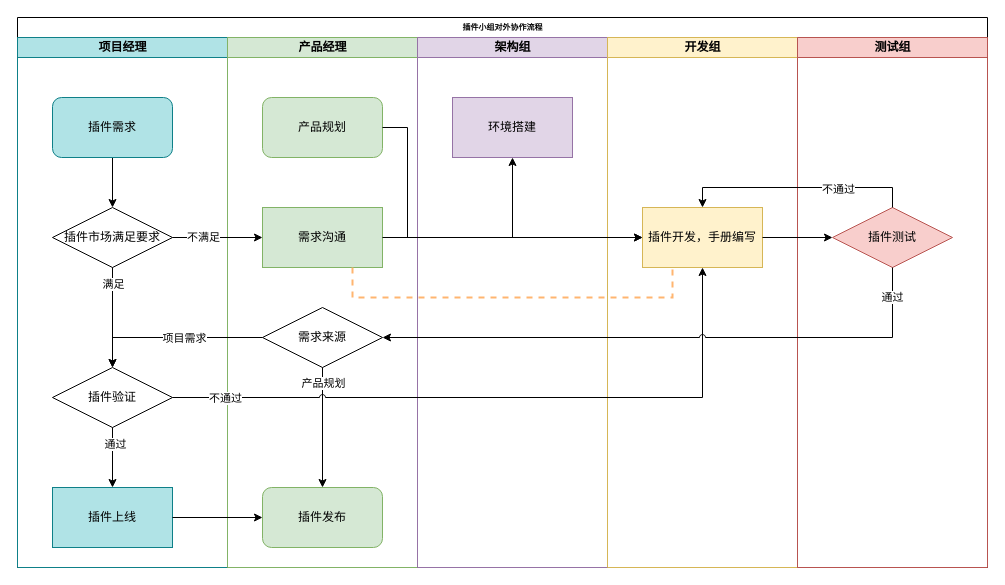
chliang916/ceshi keeps this draw.io diagram as 简化版.drawio. Above is the earlier version. Source tidied: cells renumbered, new cells numbered last; positions are measured from the earlier drawing's top-left corner, leaving out a move shared by most shapes. Both pictures are drawn from the tidied source at 100%, with x=0, y=0 at pixel (17, 17).
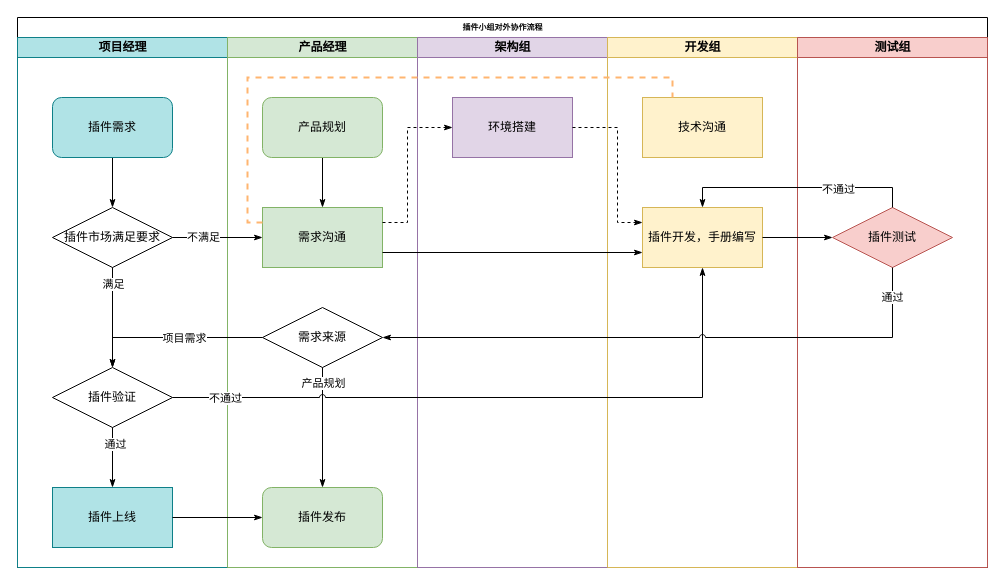
After the change.

Unchanged cells that the change refers to:
```xml
<mxCell id="2" value="插件小组对外协作流程" style="swimlane;html=1;startSize=20;rounded=0;shadow=0;labelBackgroundColor=none;strokeWidth=1;fontFamily=Verdana;fontSize=8;align=center;direction=east;swimlaneFillColor=none;fillColor=default;strokeColor=default;fontColor=default;" parent="1" vertex="1">
  <mxGeometry width="970" height="550" as="geometry" />
</mxCell>
<mxCell id="3" value="项目经理" style="swimlane;html=1;startSize=20;fillColor=#B0E3E6;strokeColor=#0e8088;" parent="2" vertex="1">
  <mxGeometry y="20" width="210" height="530" as="geometry" />
</mxCell>
<mxCell id="5" value="插件需求" style="rounded=1;whiteSpace=wrap;html=1;fillColor=#b0e3e6;strokeColor=#0e8088;" parent="3" vertex="1">
  <mxGeometry x="35" y="60" width="120" height="60" as="geometry" />
</mxCell>
<mxCell id="6" value="插件上线" style="rounded=0;whiteSpace=wrap;html=1;fillColor=#b0e3e6;strokeColor=#0e8088;" parent="3" vertex="1">
  <mxGeometry x="35" y="450" width="120" height="60" as="geometry" />
</mxCell>
<mxCell id="9" value="插件市场满足要求" style="rhombus;whiteSpace=wrap;html=1;fillColor=none;strokeColor=default;" parent="3" vertex="1">
  <mxGeometry x="35" y="170" width="120" height="60" as="geometry" />
</mxCell>
<mxCell id="12" value="插件验证" style="rhombus;whiteSpace=wrap;html=1;fillColor=none;strokeColor=default;" parent="3" vertex="1">
  <mxGeometry x="35" y="330" width="120" height="60" as="geometry" />
</mxCell>
<mxCell id="13" value="产品经理" style="swimlane;html=1;startSize=20;fillColor=#d5e8d4;strokeColor=#82b366;swimlaneFillColor=none;fontColor=default;" parent="2" vertex="1">
  <mxGeometry x="210" y="20" width="190" height="530" as="geometry" />
</mxCell>
<mxCell id="14" value="插件发布" style="rounded=1;whiteSpace=wrap;html=1;fillColor=#d5e8d4;strokeColor=#82b366;glass=0;sketch=0;shadow=0;" parent="13" vertex="1">
  <mxGeometry x="35" y="450" width="120" height="60" as="geometry" />
</mxCell>
<mxCell id="15" value="需求沟通" style="rounded=0;whiteSpace=wrap;html=1;fillColor=#d5e8d4;strokeColor=#82b366;gradientDirection=east;fontColor=default;" parent="13" vertex="1">
  <mxGeometry x="35" y="170" width="120" height="60" as="geometry" />
</mxCell>
<mxCell id="16" value="产品规划" style="rounded=1;whiteSpace=wrap;html=1;fillColor=#d5e8d4;strokeColor=#82b366;fontColor=default;" parent="13" vertex="1">
  <mxGeometry x="35" y="60" width="120" height="60" as="geometry" />
</mxCell>
<mxCell id="19" value="需求来源" style="rhombus;whiteSpace=wrap;html=1;fillColor=none;strokeColor=default;fontColor=default;" parent="13" vertex="1">
  <mxGeometry x="35" y="270" width="120" height="60" as="geometry" />
</mxCell>
<mxCell id="21" value="环境搭建" style="rounded=0;whiteSpace=wrap;html=1;fillColor=#e1d5e7;strokeColor=#9673a6;fontColor=default;" parent="20" vertex="1">
  <mxGeometry x="35" y="60" width="120" height="60" as="geometry" />
</mxCell>
<mxCell id="23" value="插件开发，手册编写" style="rounded=0;whiteSpace=wrap;html=1;fillColor=#fff2cc;strokeColor=#d6b656;" parent="22" vertex="1">
  <mxGeometry x="35" y="170" width="120" height="60" as="geometry" />
</mxCell>
<mxCell id="25" value="插件测试" style="rhombus;whiteSpace=wrap;html=1;fillColor=#f8cecc;strokeColor=#b85450;" parent="24" vertex="1">
  <mxGeometry x="35" y="170" width="120" height="60" as="geometry" />
</mxCell>
```

The edit, as a diff of the source:
```diff
@@
-    <mxCell id="4" style="edgeStyle=orthogonalEdgeStyle;rounded=0;jettySize=auto;html=1;entryX=0.5;entryY=0;entryDx=0;entryDy=0;sketch=0;shadow=0;" parent="3" edge="1" source="5" target="9">
+    <mxCell id="4" style="edgeStyle=orthogonalEdgeStyle;rounded=0;jettySize=auto;html=1;entryX=0.5;entryY=0;entryDx=0;entryDy=0;sketch=0;shadow=0;endArrow=classicThin;endFill=1;strokeColor=default;labelBackgroundColor=default;fontColor=default;" parent="3" edge="1" source="5" target="9">
       <mxGeometry relative="1" as="geometry" />
     </mxCell>
@@
-    <mxCell id="7" style="edgeStyle=orthogonalEdgeStyle;rounded=0;jettySize=auto;html=1;entryX=0.5;entryY=0;entryDx=0;entryDy=0;endArrow=classic;endFill=1;" parent="3" edge="1" source="9" target="12">
+    <mxCell id="7" style="edgeStyle=orthogonalEdgeStyle;rounded=0;jettySize=auto;html=1;entryX=0.5;entryY=0;entryDx=0;entryDy=0;endArrow=classicThin;endFill=1;strokeColor=default;labelBackgroundColor=default;fontColor=default;" parent="3" edge="1" source="9" target="12">
       <mxGeometry relative="1" as="geometry" />
     </mxCell>
@@
-    <mxCell id="10" style="edgeStyle=orthogonalEdgeStyle;rounded=0;jettySize=auto;html=1;entryX=0.5;entryY=0;entryDx=0;entryDy=0;endArrow=classic;endFill=1;" parent="3" edge="1" source="12" target="6">
+    <mxCell id="10" style="edgeStyle=orthogonalEdgeStyle;rounded=0;jettySize=auto;html=1;entryX=0.5;entryY=0;entryDx=0;entryDy=0;endArrow=classicThin;endFill=1;strokeColor=default;labelBackgroundColor=default;fontColor=default;" parent="3" edge="1" source="12" target="6">
       <mxGeometry relative="1" as="geometry" />
     </mxCell>
@@
+    <mxCell id="42" style="edgeStyle=orthogonalEdgeStyle;rounded=0;jumpStyle=arc;jettySize=auto;html=1;exitX=0.5;exitY=1;exitDx=0;exitDy=0;entryX=0.5;entryY=0;entryDx=0;entryDy=0;labelBackgroundColor=default;fontColor=default;endArrow=classicThin;endFill=1;strokeColor=#000000;strokeWidth=1;" parent="13" edge="1" source="16" target="15">
+      <mxGeometry relative="1" as="geometry" />
+    </mxCell>
@@
-    <mxCell id="17" style="edgeStyle=orthogonalEdgeStyle;rounded=0;jettySize=auto;html=1;exitX=0.5;exitY=1;exitDx=0;exitDy=0;labelBackgroundColor=default;fontColor=default;endArrow=classic;endFill=1;strokeColor=default;" parent="13" edge="1" source="19" target="14">
+    <mxCell id="17" style="edgeStyle=orthogonalEdgeStyle;rounded=0;jettySize=auto;html=1;exitX=0.5;exitY=1;exitDx=0;exitDy=0;labelBackgroundColor=default;fontColor=default;endArrow=classicThin;endFill=1;strokeColor=default;" parent="13" edge="1" source="19" target="14">
       <mxGeometry relative="1" as="geometry" />
     </mxCell>
@@
-    <mxCell id="22" value="开发组" style="swimlane;html=1;startSize=20;direction=east;fillColor=#fff2cc;strokeColor=#d6b656;" parent="2" vertex="1">
+    <mxCell id="22" value="开发组" style="swimlane;html=1;startSize=20;direction=east;fillColor=#fff2cc;strokeColor=#d6b656;fontColor=default;" parent="2" vertex="1">
       <mxGeometry x="590" y="20" width="190" height="530" as="geometry" />
     </mxCell>
@@
+    <mxCell id="43" value="技术沟通" style="rounded=0;whiteSpace=wrap;html=1;fillColor=#fff2cc;strokeColor=#d6b656;" parent="22" vertex="1">
+      <mxGeometry x="35" y="60" width="120" height="60" as="geometry" />
+    </mxCell>
@@
-    <mxCell id="26" style="edgeStyle=orthogonalEdgeStyle;rounded=0;jettySize=auto;html=1;entryX=0;entryY=0.5;entryDx=0;entryDy=0;" parent="2" edge="1" source="9" target="15">
+    <mxCell id="26" style="edgeStyle=orthogonalEdgeStyle;rounded=0;jettySize=auto;html=1;entryX=0;entryY=0.5;entryDx=0;entryDy=0;endArrow=classicThin;endFill=1;strokeColor=default;labelBackgroundColor=default;fontColor=default;" parent="2" edge="1" source="9" target="15">
       <mxGeometry relative="1" as="geometry" />
     </mxCell>
@@
-    <mxCell id="28" style="edgeStyle=orthogonalEdgeStyle;rounded=0;jettySize=auto;html=1;entryX=0;entryY=0.5;entryDx=0;entryDy=0;endArrow=classic;endFill=1;" parent="2" edge="1" source="6" target="14">
+    <mxCell id="28" style="edgeStyle=orthogonalEdgeStyle;rounded=0;jettySize=auto;html=1;entryX=0;entryY=0.5;entryDx=0;entryDy=0;endArrow=classicThin;endFill=1;strokeColor=default;labelBackgroundColor=default;fontColor=default;" parent="2" edge="1" source="6" target="14">
       <mxGeometry relative="1" as="geometry" />
     </mxCell>
-    <mxCell id="29" style="edgeStyle=orthogonalEdgeStyle;rounded=0;jumpStyle=arc;jettySize=auto;html=1;entryX=0.5;entryY=1;entryDx=0;entryDy=0;endArrow=classic;endFill=1;" parent="2" edge="1" source="12" target="23">
+    <mxCell id="29" style="edgeStyle=orthogonalEdgeStyle;rounded=0;jumpStyle=arc;jettySize=auto;html=1;entryX=0.5;entryY=1;entryDx=0;entryDy=0;endArrow=classicThin;endFill=1;strokeColor=default;labelBackgroundColor=default;fontColor=default;" parent="2" edge="1" source="12" target="23">
       <mxGeometry relative="1" as="geometry" />
     </mxCell>
@@
-    <mxCell id="31" style="edgeStyle=orthogonalEdgeStyle;rounded=0;jumpStyle=arc;jettySize=auto;html=1;exitX=0.5;exitY=0;exitDx=0;exitDy=0;entryX=0.5;entryY=0;entryDx=0;entryDy=0;endArrow=classic;endFill=1;" parent="2" edge="1" source="25" target="23">
+    <mxCell id="31" style="edgeStyle=orthogonalEdgeStyle;rounded=0;jumpStyle=arc;jettySize=auto;html=1;exitX=0.5;exitY=0;exitDx=0;exitDy=0;entryX=0.5;entryY=0;entryDx=0;entryDy=0;endArrow=classicThin;endFill=1;strokeColor=default;labelBackgroundColor=default;fontColor=default;" parent="2" edge="1" source="25" target="23">
       <mxGeometry relative="1" as="geometry" />
     </mxCell>
@@
-    <mxCell id="33" style="edgeStyle=orthogonalEdgeStyle;rounded=0;jumpStyle=arc;jettySize=auto;html=1;entryX=0;entryY=0.5;entryDx=0;entryDy=0;endArrow=classic;endFill=1;" parent="2" edge="1" source="23" target="25">
+    <mxCell id="33" style="edgeStyle=orthogonalEdgeStyle;rounded=0;jumpStyle=arc;jettySize=auto;html=1;entryX=0;entryY=0.5;entryDx=0;entryDy=0;endArrow=classicThin;endFill=1;strokeColor=default;labelBackgroundColor=default;fontColor=default;" parent="2" edge="1" source="23" target="25">
       <mxGeometry relative="1" as="geometry" />
     </mxCell>
-    <mxCell id="34" style="edgeStyle=orthogonalEdgeStyle;rounded=0;jettySize=auto;html=1;fontColor=default;entryX=0;entryY=0.5;entryDx=0;entryDy=0;strokeColor=default;labelBackgroundColor=default;" parent="2" edge="1" source="15" target="23">
-      <mxGeometry relative="1" as="geometry" />
-    </mxCell>
-    <mxCell id="35" style="edgeStyle=orthogonalEdgeStyle;rounded=0;jettySize=auto;html=1;exitX=0.5;exitY=1;exitDx=0;exitDy=0;entryX=1;entryY=0.5;entryDx=0;entryDy=0;labelBackgroundColor=default;fontColor=default;endArrow=classic;endFill=1;strokeColor=default;jumpStyle=arc;" parent="2" edge="1" source="25" target="19">
+    <mxCell id="35" style="edgeStyle=orthogonalEdgeStyle;rounded=0;jettySize=auto;html=1;exitX=0.5;exitY=1;exitDx=0;exitDy=0;entryX=1;entryY=0.5;entryDx=0;entryDy=0;labelBackgroundColor=default;fontColor=default;endArrow=classicThin;endFill=1;strokeColor=default;jumpStyle=arc;" parent="2" edge="1" source="25" target="19">
       <mxGeometry relative="1" as="geometry" />
     </mxCell>
@@
-    <mxCell id="37" style="edgeStyle=orthogonalEdgeStyle;rounded=0;jettySize=auto;html=1;exitX=0;exitY=0.5;exitDx=0;exitDy=0;entryX=0.5;entryY=0;entryDx=0;entryDy=0;labelBackgroundColor=default;fontColor=default;endArrow=classic;endFill=1;strokeColor=default;" parent="2" edge="1" source="19" target="12">
+    <mxCell id="37" style="edgeStyle=orthogonalEdgeStyle;rounded=0;jettySize=auto;html=1;exitX=0;exitY=0.5;exitDx=0;exitDy=0;entryX=0.5;entryY=0;entryDx=0;entryDy=0;labelBackgroundColor=default;fontColor=default;endArrow=classicThin;endFill=1;strokeColor=default;" parent="2" edge="1" source="19" target="12">
       <mxGeometry relative="1" as="geometry" />
     </mxCell>
@@
-    <mxCell id="39" style="endArrow=none;dashed=1;html=1;strokeWidth=2;rounded=0;labelBackgroundColor=default;fontColor=default;jumpStyle=arc;entryX=0.25;entryY=1;entryDx=0;entryDy=0;strokeColor=#FFB570;exitX=0.75;exitY=1;exitDx=0;exitDy=0;" parent="2" edge="1" source="15" target="23">
+    <mxCell id="39" style="endArrow=none;dashed=1;html=1;strokeWidth=2;rounded=0;labelBackgroundColor=default;fontColor=default;jumpStyle=arc;strokeColor=#FFB570;exitX=0;exitY=0.25;exitDx=0;exitDy=0;entryX=0.25;entryY=0;entryDx=0;entryDy=0;" parent="2" edge="1" source="15" target="43">
       <mxGeometry relative="1" as="geometry">
         <Array as="points">
-          <mxPoint x="335" y="280" />
-          <mxPoint x="655" y="280" />
+          <mxPoint x="230" y="205" />
+          <mxPoint x="230" y="60" />
+          <mxPoint x="655" y="60" />
         </Array>
       </mxGeometry>
     </mxCell>
-    <mxCell id="40" style="edgeStyle=orthogonalEdgeStyle;rounded=0;jumpStyle=arc;jettySize=auto;html=1;exitX=1;exitY=0.5;exitDx=0;exitDy=0;entryX=0;entryY=0.5;entryDx=0;entryDy=0;labelBackgroundColor=default;fontColor=default;endArrow=classic;endFill=1;strokeColor=#000000;strokeWidth=1;" parent="2" edge="1" source="16" target="23">
-      <mxGeometry relative="1" as="geometry">
-        <Array as="points">
-          <mxPoint x="390" y="110" />
-          <mxPoint x="390" y="220" />
-        </Array>
-      </mxGeometry>
-    </mxCell>
-    <mxCell id="41" style="endArrow=classic;html=1;rounded=0;labelBackgroundColor=default;fontColor=default;strokeColor=default;entryX=0.5;entryY=1;entryDx=0;entryDy=0;" parent="1" edge="1" target="21">
-      <mxGeometry relative="1" as="geometry">
-        <mxPoint x="495" y="220" as="sourcePoint" />
-      </mxGeometry>
-    </mxCell>
+    <mxCell id="44" style="edgeStyle=orthogonalEdgeStyle;rounded=0;jumpStyle=arc;jettySize=auto;html=1;entryX=0;entryY=0.5;entryDx=0;entryDy=0;labelBackgroundColor=default;fontColor=default;endArrow=classicThin;endFill=1;strokeColor=#000000;strokeWidth=1;exitX=1;exitY=0.25;exitDx=0;exitDy=0;dashed=1;" parent="2" edge="1" source="15" target="21">
+      <mxGeometry relative="1" as="geometry">
+        <Array as="points">
+          <mxPoint x="390" y="205" />
+          <mxPoint x="390" y="110" />
+        </Array>
+      </mxGeometry>
+    </mxCell>
+    <mxCell id="45" style="edgeStyle=orthogonalEdgeStyle;rounded=0;jumpStyle=arc;jettySize=auto;html=1;entryX=0;entryY=0.25;entryDx=0;entryDy=0;labelBackgroundColor=default;fontColor=default;endArrow=classicThin;endFill=1;strokeColor=#000000;strokeWidth=1;dashed=1;" parent="2" edge="1" source="21" target="23">
+      <mxGeometry relative="1" as="geometry">
+        <Array as="points">
+          <mxPoint x="600" y="110" />
+          <mxPoint x="600" y="205" />
+        </Array>
+      </mxGeometry>
+    </mxCell>
+    <mxCell id="34" style="edgeStyle=orthogonalEdgeStyle;rounded=0;jumpStyle=arc;jettySize=auto;html=1;exitX=1;exitY=0.75;exitDx=0;exitDy=0;entryX=0;entryY=0.75;entryDx=0;entryDy=0;labelBackgroundColor=default;fontColor=default;endArrow=classicThin;endFill=1;strokeColor=#000000;strokeWidth=1;" parent="2" edge="1" source="15" target="23">
+      <mxGeometry relative="1" as="geometry" />
+    </mxCell>
```
